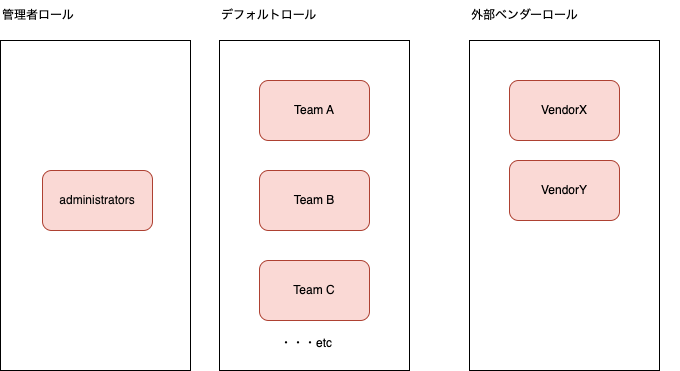
ap-communications/platt-policy-template keeps this draw.io diagram as samples/docs/usecase1.drawio.png. Above is the earlier version. Source tidied: cells renumbered, new cells last; positions are measured from the earlier drawing's top-left corner, leaving out a move shared by most shapes.
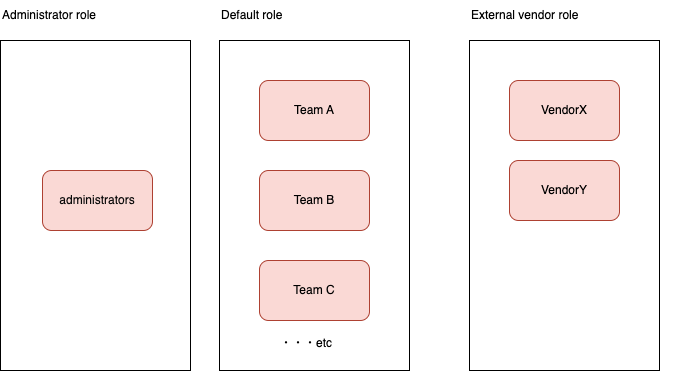
After the commit.

Commit message:
update docs written in English

Change to the diagram source:
```diff
@@ -23,16 +23,16 @@
     <mxCell id="8" value="Team C" style="rounded=1;whiteSpace=wrap;html=1;fillColor=#fad9d5;strokeColor=#ae4132;fontColor=#000000;" parent="1" vertex="1">
       <mxGeometry x="259" y="260" width="110" height="60" as="geometry" />
     </mxCell>
-    <mxCell id="9" value="デフォルトロール" style="text;html=1;strokeColor=none;fillColor=none;align=left;verticalAlign=middle;whiteSpace=wrap;rounded=0;labelBackgroundColor=none;fontColor=#000000;" parent="1" vertex="1">
+    <mxCell id="9" value="Default role" style="text;html=1;strokeColor=none;fillColor=none;align=left;verticalAlign=middle;whiteSpace=wrap;rounded=0;labelBackgroundColor=none;fontColor=#000000;" parent="1" vertex="1">
       <mxGeometry x="219" width="190" height="30" as="geometry" />
     </mxCell>
     <mxCell id="10" value="VendorX" style="rounded=1;whiteSpace=wrap;html=1;fillColor=#fad9d5;strokeColor=#ae4132;fontColor=#000000;" parent="1" vertex="1">
       <mxGeometry x="509" y="80" width="110" height="60" as="geometry" />
     </mxCell>
-    <mxCell id="11" value="外部ベンダーロール" style="text;html=1;strokeColor=none;fillColor=none;align=left;verticalAlign=middle;whiteSpace=wrap;rounded=0;labelBackgroundColor=none;fontColor=#000000;" parent="1" vertex="1">
+    <mxCell id="11" value="External vendor role" style="text;html=1;strokeColor=none;fillColor=none;align=left;verticalAlign=middle;whiteSpace=wrap;rounded=0;labelBackgroundColor=none;fontColor=#000000;" parent="1" vertex="1">
       <mxGeometry x="469" width="210" height="30" as="geometry" />
     </mxCell>
-    <mxCell id="12" value="管理者ロール" style="text;html=1;strokeColor=none;fillColor=none;align=left;verticalAlign=middle;whiteSpace=wrap;rounded=0;labelBackgroundColor=none;fontColor=#000000;" parent="1" vertex="1">
+    <mxCell id="12" value="Administrator role" style="text;html=1;strokeColor=none;fillColor=none;align=left;verticalAlign=middle;whiteSpace=wrap;rounded=0;labelBackgroundColor=none;fontColor=#000000;" parent="1" vertex="1">
       <mxGeometry width="190" height="30" as="geometry" />
     </mxCell>
     <mxCell id="13" value="・・・etc" style="text;html=1;strokeColor=none;fillColor=none;align=left;verticalAlign=middle;whiteSpace=wrap;rounded=0;labelBackgroundColor=none;fontColor=#000000;" parent="1" vertex="1">
```
